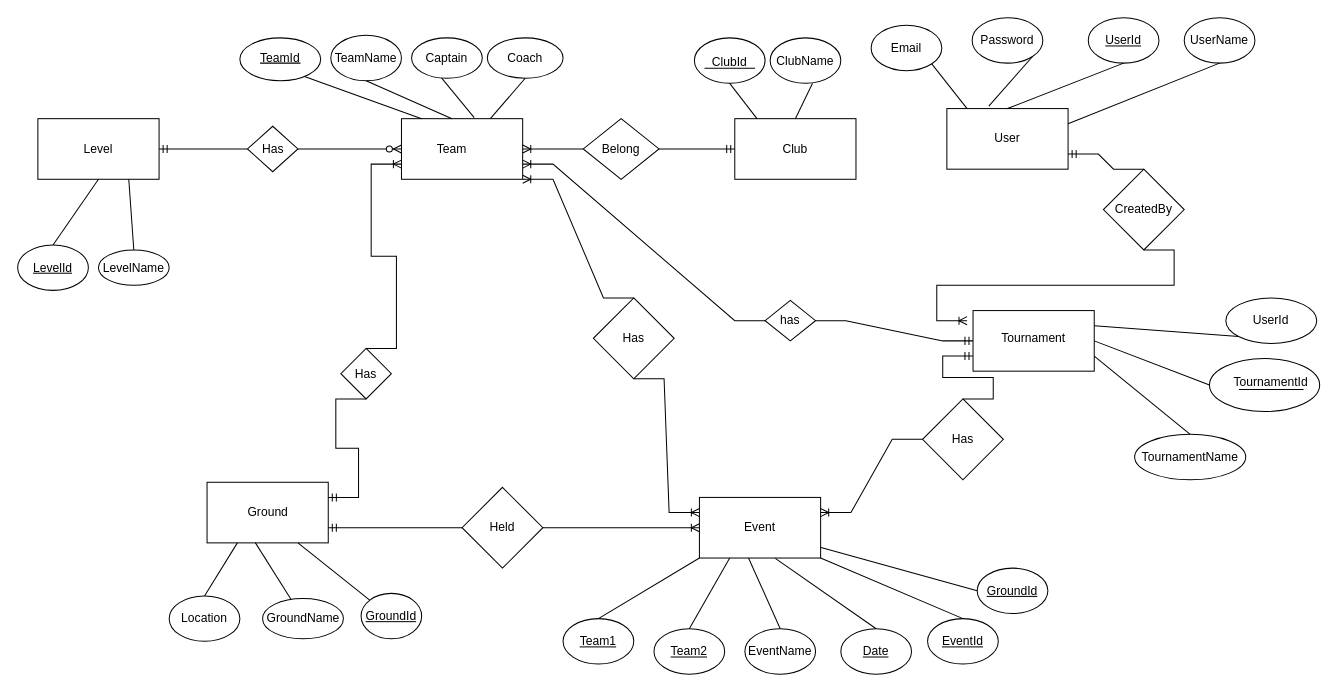
This is Untitled Diagram.drawio from chamithopatha/Crickfix, a draw.io file, before an edit. Source tidied: cells renumbered, new cells numbered last; positions are measured from the earlier drawing's top-left corner, leaving out a move shared by most shapes. Both pictures are drawn from the tidied source at 101%, with x=0, y=0 at pixel (17, 17).
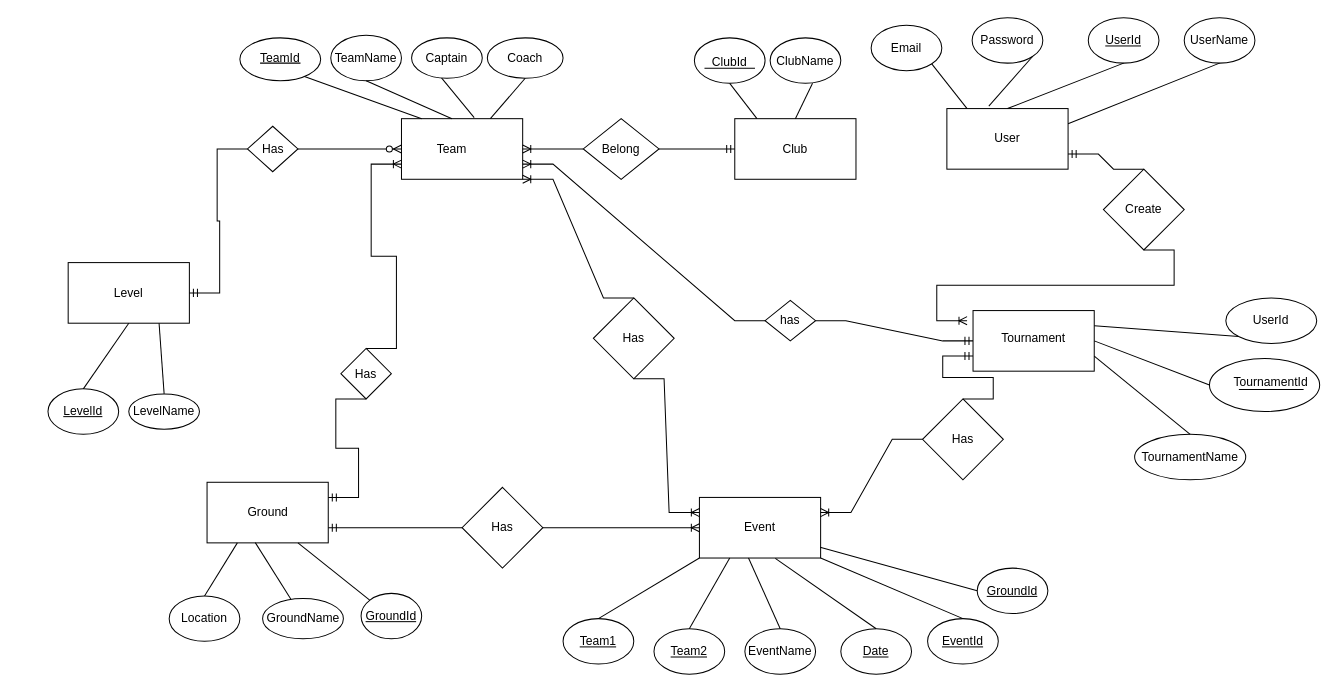
Above is the later version.

Unchanged cells that the change refers to:
```xml
<mxCell id="15" style="rounded=0;whiteSpace=wrap;html=1;" parent="1" vertex="1">
  <mxGeometry x="380" y="100" width="120" height="60" as="geometry" />
</mxCell>
<mxCell id="47" value="Has" style="rhombus;whiteSpace=wrap;html=1;rotation=0;" parent="1" vertex="1">
  <mxGeometry x="227.5" y="107.5" width="50" height="45" as="geometry" />
</mxCell>
<mxCell id="61" value="Has" style="rhombus;whiteSpace=wrap;html=1;rotation=0;" parent="1" vertex="1">
  <mxGeometry x="320" y="327.5" width="50" height="50" as="geometry" />
</mxCell>
```

Diff of the diagram source:
```diff
@@
     <mxCell id="21" value="Level" style="rounded=0;whiteSpace=wrap;html=1;" parent="1" vertex="1">
-      <mxGeometry x="20" y="100" width="120" height="60" as="geometry" />
+      <mxGeometry x="50" y="242.5" width="120" height="60" as="geometry" />
     </mxCell>
@@
     <mxCell id="53" value="&lt;u&gt;LevelId&lt;/u&gt;" style="ellipse;whiteSpace=wrap;html=1;" parent="1" vertex="1">
-      <mxGeometry y="225" width="70" height="45" as="geometry" />
+      <mxGeometry x="30" y="367.5" width="70" height="45" as="geometry" />
     </mxCell>
@@
     <mxCell id="55" value="LevelName" style="ellipse;whiteSpace=wrap;html=1;" parent="1" vertex="1">
-      <mxGeometry x="80" y="230" width="70" height="35" as="geometry" />
+      <mxGeometry x="110" y="372.5" width="70" height="35" as="geometry" />
     </mxCell>
@@
-    <mxCell id="81" value="Held" style="rhombus;whiteSpace=wrap;html=1;" parent="1" vertex="1">
+    <mxCell id="81" value="Has" style="rhombus;whiteSpace=wrap;html=1;" parent="1" vertex="1">
       <mxGeometry x="440" y="465" width="80" height="80" as="geometry" />
     </mxCell>
-    <mxCell id="82" value="CreatedBy" style="rhombus;whiteSpace=wrap;html=1;rotation=0;" parent="1" vertex="1">
+    <mxCell id="82" value="Create" style="rhombus;whiteSpace=wrap;html=1;rotation=0;" parent="1" vertex="1">
       <mxGeometry x="1075" y="150" width="80" height="80" as="geometry" />
     </mxCell>
@@
     <mxCell id="87" style="edgeStyle=entityRelationEdgeStyle;fontSize=12;html=1;endArrow=ERmandOne;rounded=0;exitX=0;exitY=0.5;exitDx=0;exitDy=0;entryX=1;entryY=0.5;entryDx=0;entryDy=0;" parent="1" edge="1" source="47" target="21">
       <mxGeometry relative="1" as="geometry">
         <Array as="points">
           <mxPoint x="555" y="350" />
+          <mxPoint x="200" y="170" />
           <mxPoint x="230" y="160" />
+          <mxPoint x="200" y="240" />
         </Array>
       </mxGeometry>
     </mxCell>
@@
     <mxCell id="95" style="edgeStyle=entityRelationEdgeStyle;fontSize=12;html=1;endArrow=ERoneToMany;rounded=0;exitX=0.5;exitY=0;exitDx=0;exitDy=0;entryX=0;entryY=0.75;entryDx=0;entryDy=0;" parent="1" edge="1" source="61" target="15">
-      <mxGeometry relative="1" as="geometry" />
+      <mxGeometry relative="1" as="geometry">
+        <Array as="points">
+          <mxPoint x="360" y="280" />
+          <mxPoint x="350" y="280" />
+        </Array>
+      </mxGeometry>
     </mxCell>
```
